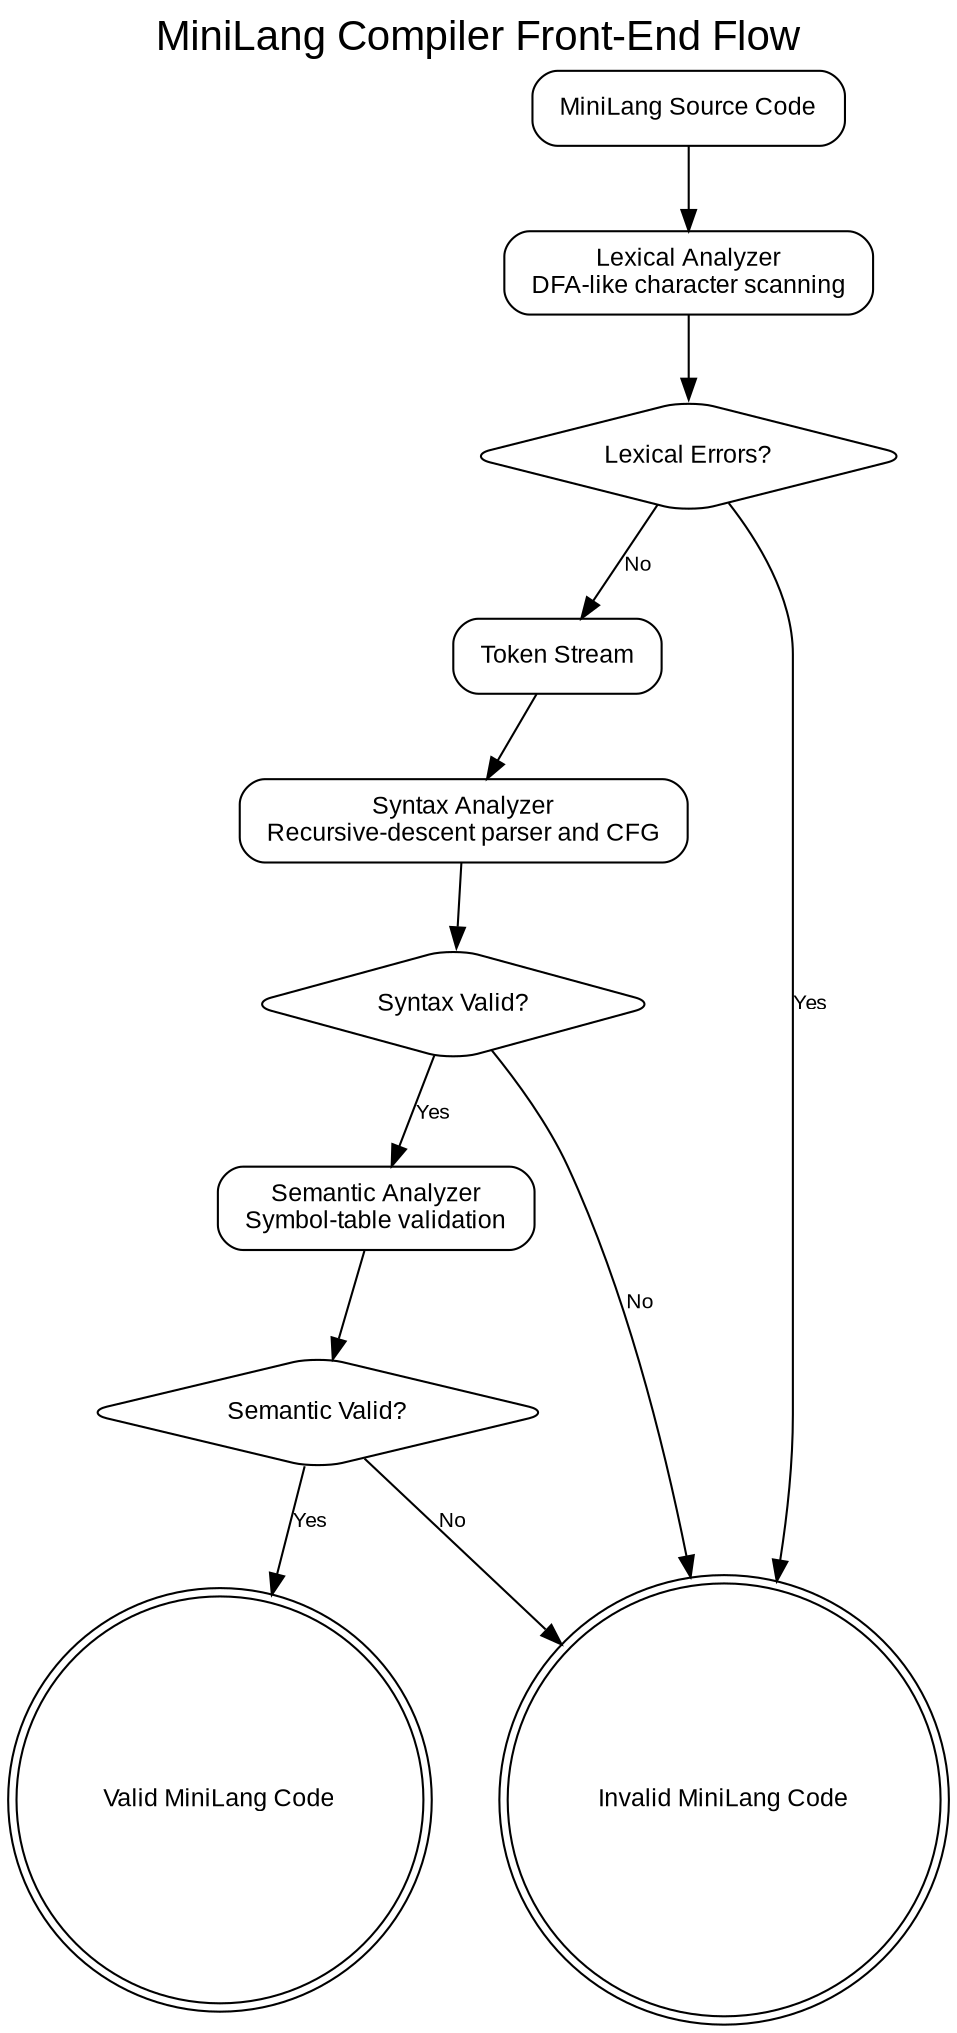
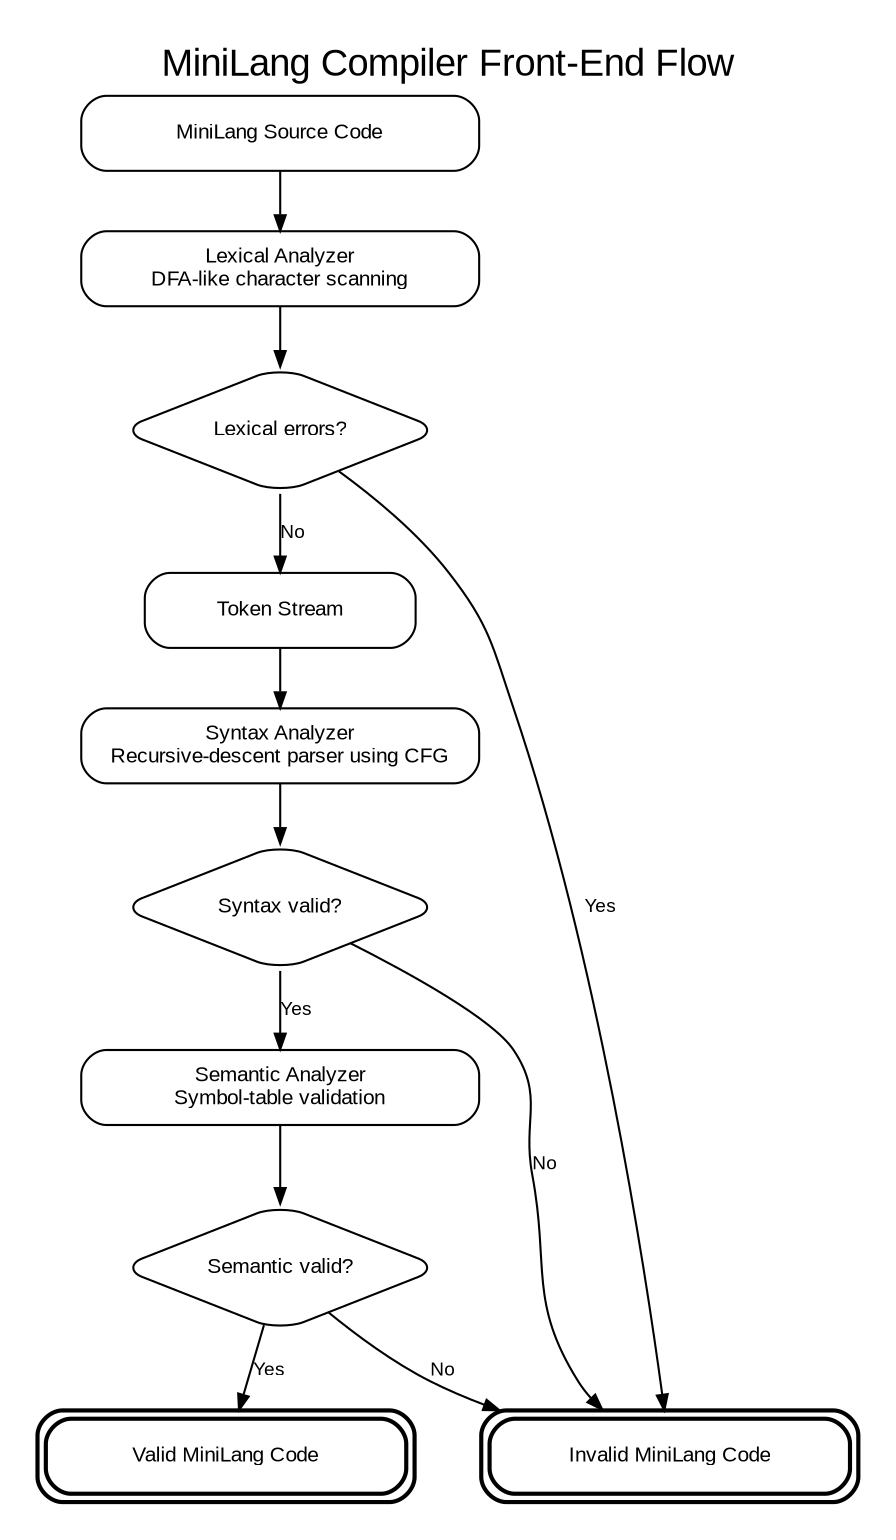
digraph CompilerFlow {
    rankdir=TB;

    graph [
        label="MiniLang Compiler Front-End Flow",
        labelloc="t",
-         fontsize=20,
+         fontsize=18,
        fontname="Arial",
+         pad=0.20,
+         margin=0.05,
        nodesep=0.45,
-         ranksep=0.55
+         ranksep=0.38,
+         ratio="compress"
    ];

    node [
        shape=box,
        style="rounded",
        fontname="Arial",
-         fontsize=12,
-         margin="0.18,0.10"
+         fontsize=10,
+         margin="0.16,0.09",
+         width=2.65
    ];

    edge [
        fontname="Arial",
-         fontsize=10
+         fontsize=9,
+         arrowsize=0.75
    ];

    source [
        label="MiniLang Source Code"
    ];

    lexer [
        label="Lexical Analyzer\nDFA-like character scanning"
    ];

    lexical_decision [
-         label="Lexical Errors?",
-         shape=diamond
+         label="Lexical errors?",
+         shape=diamond,
+         width=2.15,
+         height=0.85
    ];

    tokens [
-         label="Token Stream"
+         label="Token Stream",
+         width=1.80
    ];

    parser [
-         label="Syntax Analyzer\nRecursive-descent parser and CFG"
+         label="Syntax Analyzer\nRecursive-descent parser using CFG"
    ];

    syntax_decision [
-         label="Syntax Valid?",
-         shape=diamond
+         label="Syntax valid?",
+         shape=diamond,
+         width=2.15,
+         height=0.85
    ];

    semantic [
        label="Semantic Analyzer\nSymbol-table validation"
    ];

    semantic_decision [
-         label="Semantic Valid?",
-         shape=diamond
+         label="Semantic valid?",
+         shape=diamond,
+         width=2.15,
+         height=0.85
    ];

    valid [
        label="Valid MiniLang Code",
-         shape=doublecircle
+         shape=box,
+         style="rounded,bold",
+         peripheries=2,
+         width=2.40
    ];

    invalid [
        label="Invalid MiniLang Code",
-         shape=doublecircle
+         shape=box,
+         style="rounded,bold",
+         peripheries=2,
+         width=2.40
    ];

    source -> lexer;
    lexer -> lexical_decision;

-     lexical_decision -> invalid [
-         label="Yes"
+     lexical_decision -> tokens [
+         label="No"
    ];

-     lexical_decision -> tokens [
-         label="No"
+     lexical_decision -> invalid [
+         label="Yes",
+         constraint=false
    ];

    tokens -> parser;
    parser -> syntax_decision;

-     syntax_decision -> invalid [
-         label="No"
+     syntax_decision -> semantic [
+         label="Yes"
    ];

-     syntax_decision -> semantic [
-         label="Yes"
+     syntax_decision -> invalid [
+         label="No",
+         constraint=false
    ];

    semantic -> semantic_decision;

    semantic_decision -> valid [
        label="Yes"
    ];

    semantic_decision -> invalid [
        label="No"
    ];
+ 
+     {
+         rank=same;
+         valid;
+         invalid;
+     }
}